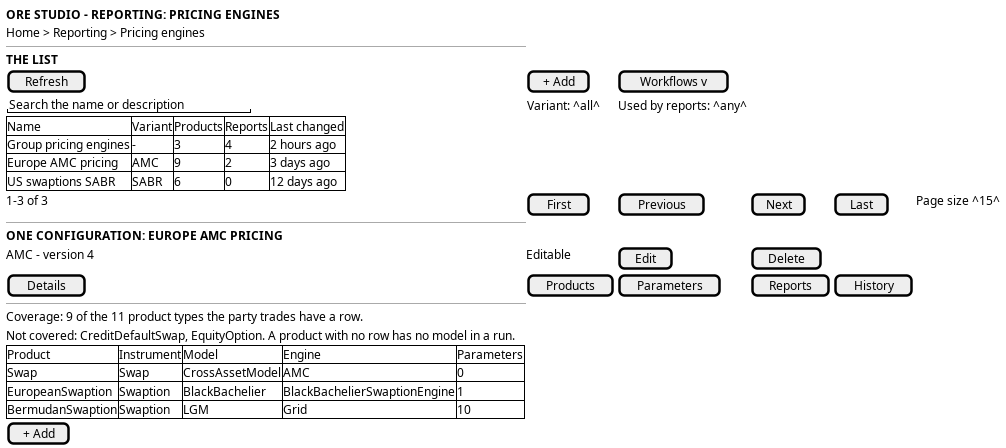
OreStudio/OreStudio keeps this PlantUML diagram as doc/knowledge/journeys/reporting/wireframe_see_the_pricing_engines_a_party_holds.png. Above is the earlier version. Its source is kept beside it as doc/knowledge/journeys/reporting/wireframe_see_the_pricing_engines_a_party_holds.puml. Source of this version:
```plantuml
@startuml

salt
{
  <b>ORE STUDIO - REPORTING: PRICING ENGINES</b>
  Home > Reporting > Pricing engines
  --
  <b>THE LIST</b>
  [ Refresh ] | [ + Add ] | [ Workflows v ]
  "Search the name or description" | { Variant: ^all^ } | { Used by reports: ^any^ }
  {#
    Name | Variant | Products | Reports | Last changed
    Group pricing engines | - | 3 | 4 | 2 hours ago
    Europe AMC pricing | AMC | 9 | 2 | 3 days ago
    US swaptions SABR | SABR | 6 | 0 | 12 days ago
  }
  1-3 of 3 | [ First ] | [ Previous ] | [ Next ] | [ Last ] | Page size ^15^
  --
  <b>ONE CONFIGURATION: EUROPE AMC PRICING</b>
  AMC - version 4 | Editable | [ Edit ] | [ Delete ]
  [ Details ] | [ Products ] | [ Parameters ] | [ Reports ] | [ History ]
  --
  Coverage: 9 of the 11 product types the party trades have a row.
  Not covered: CreditDefaultSwap, EquityOption. A product with no row has no model in a run.
  {#
    Product | Instrument | Model | Engine | Parameters
    Swap | Swap | CrossAssetModel | AMC | 0
    EuropeanSwaption | Swaption | BlackBachelier | BlackBachelierSwaptionEngine | 1
    BermudanSwaption | Swaption | LGM | Grid | 10
  }
  [ + Add ]
}

@enduml
```
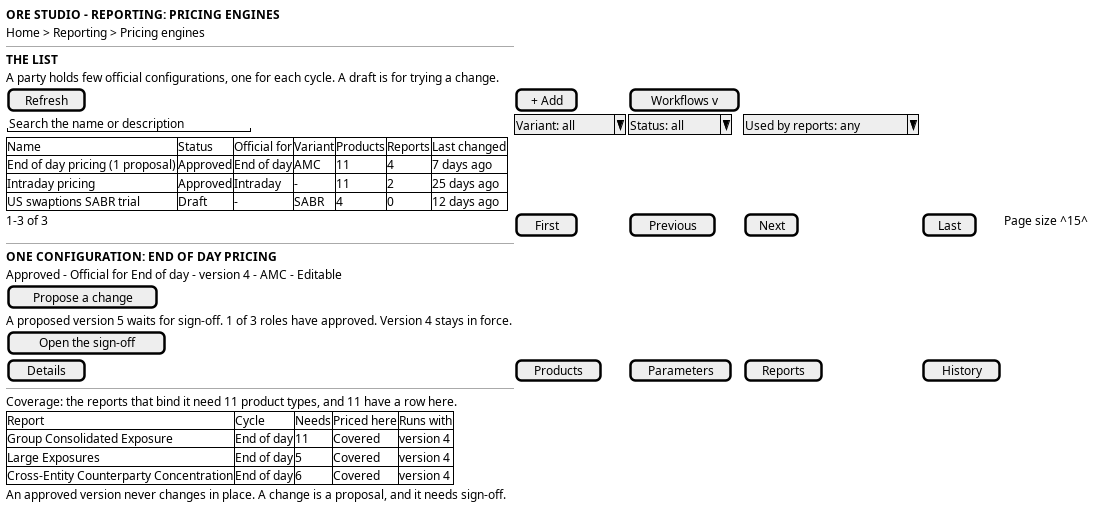
Above is the later version.

The edit, as a diff of the source:
```diff
@@ -6,29 +6,32 @@
   Home > Reporting > Pricing engines
   --
   <b>THE LIST</b>
+  A party holds few official configurations, one for each cycle. A draft is for trying a change.
   [ Refresh ] | [ + Add ] | [ Workflows v ]
-  "Search the name or description" | { Variant: ^all^ } | { Used by reports: ^any^ }
+  "Search the name or description" | ^Variant: all^ | ^Status: all^ | ^Used by reports: any^
   {#
-    Name | Variant | Products | Reports | Last changed
-    Group pricing engines | - | 3 | 4 | 2 hours ago
-    Europe AMC pricing | AMC | 9 | 2 | 3 days ago
-    US swaptions SABR | SABR | 6 | 0 | 12 days ago
+    Name | Status | Official for | Variant | Products | Reports | Last changed
+    End of day pricing (1 proposal) | Approved | End of day | AMC | 11 | 4 | 7 days ago
+    Intraday pricing | Approved | Intraday | - | 11 | 2 | 25 days ago
+    US swaptions SABR trial | Draft | - | SABR | 4 | 0 | 12 days ago
   }
   1-3 of 3 | [ First ] | [ Previous ] | [ Next ] | [ Last ] | Page size ^15^
   --
-  <b>ONE CONFIGURATION: EUROPE AMC PRICING</b>
-  AMC - version 4 | Editable | [ Edit ] | [ Delete ]
+  <b>ONE CONFIGURATION: END OF DAY PRICING</b>
+  Approved - Official for End of day - version 4 - AMC - Editable
+  [ Propose a change ]
+  A proposed version 5 waits for sign-off. 1 of 3 roles have approved. Version 4 stays in force.
+  [ Open the sign-off ]
   [ Details ] | [ Products ] | [ Parameters ] | [ Reports ] | [ History ]
   --
-  Coverage: 9 of the 11 product types the party trades have a row.
-  Not covered: CreditDefaultSwap, EquityOption. A product with no row has no model in a run.
+  Coverage: the reports that bind it need 11 product types, and 11 have a row here.
   {#
-    Product | Instrument | Model | Engine | Parameters
-    Swap | Swap | CrossAssetModel | AMC | 0
-    EuropeanSwaption | Swaption | BlackBachelier | BlackBachelierSwaptionEngine | 1
-    BermudanSwaption | Swaption | LGM | Grid | 10
+    Report | Cycle | Needs | Priced here | Runs with
+    Group Consolidated Exposure | End of day | 11 | Covered | version 4
+    Large Exposures | End of day | 5 | Covered | version 4
+    Cross-Entity Counterparty Concentration | End of day | 6 | Covered | version 4
   }
-  [ + Add ]
+  An approved version never changes in place. A change is a proposal, and it needs sign-off.
 }
 
 @enduml
```
